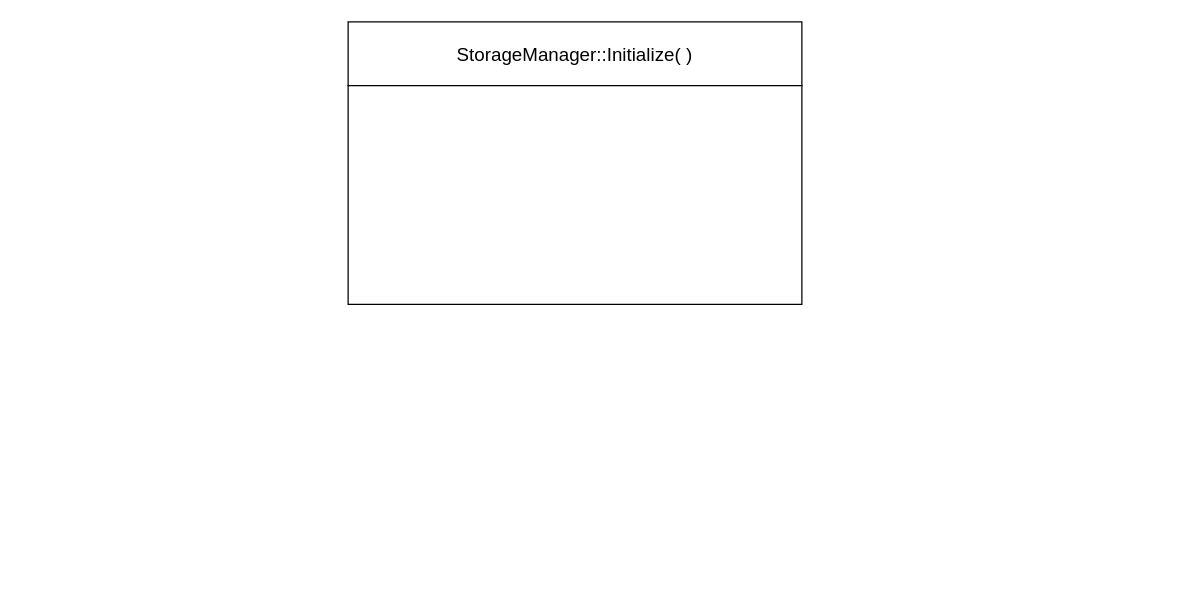
The draw.io diagram duckdb.drawio in Holworth/DrawIO, before the edit. Source tidied: cells renumbered, new cells numbered last; positions are measured from the earlier drawing's top-left corner, leaving out a move shared by most shapes. Both pictures are drawn from the tidied source at 125%, with x=0, y=0 at pixel (348, 21).
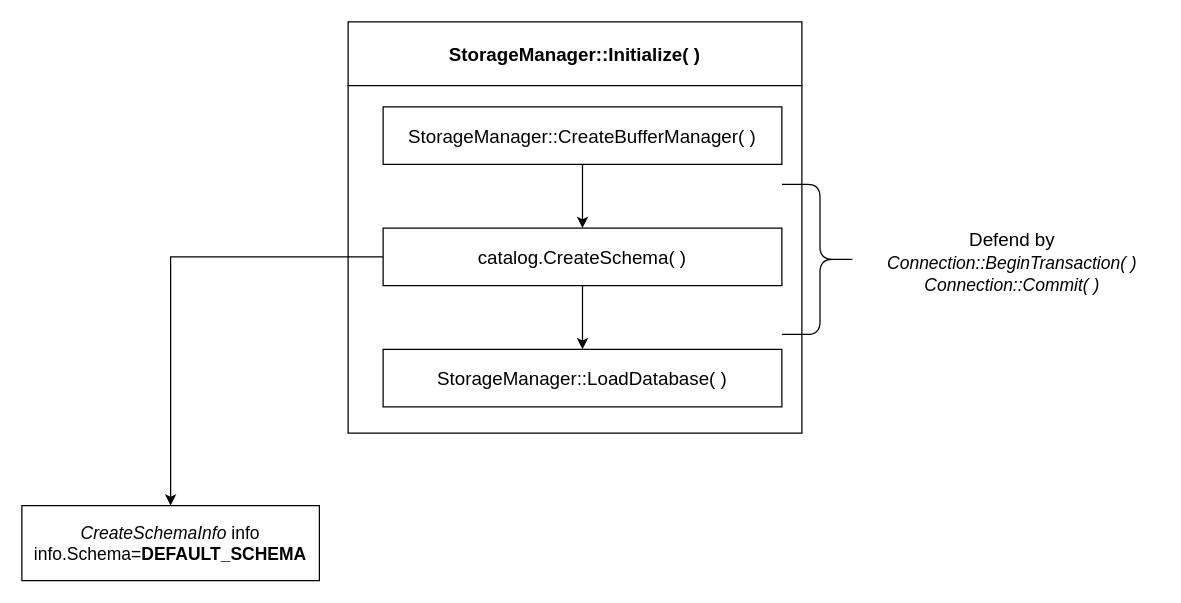
Above is the later version.

Diff of the diagram source:
```diff
@@
 <mxGraphModel>
   <root>
     <mxCell id="0" />
     <mxCell id="1" parent="0" />
-    <mxCell id="2" value="&lt;font style=&quot;font-size: 15px;&quot;&gt;StorageManager::Initialize( )&lt;/font&gt;" style="rounded=0;whiteSpace=wrap;html=1;" parent="1" vertex="1">
+    <mxCell id="2" value="&lt;font style=&quot;font-size: 15px;&quot;&gt;&lt;b&gt;StorageManager::Initialize( )&lt;/b&gt;&lt;/font&gt;" style="rounded=0;whiteSpace=wrap;html=1;" parent="1" vertex="1">
       <mxGeometry width="363" height="51" as="geometry" />
     </mxCell>
     <mxCell id="3" style="rounded=0;whiteSpace=wrap;html=1;fontSize=15;" parent="1" vertex="1">
-      <mxGeometry y="51" width="363" height="175" as="geometry" />
+      <mxGeometry y="51" width="363" height="278" as="geometry" />
     </mxCell>
+    <mxCell id="4" style="edgeStyle=orthogonalEdgeStyle;rounded=0;jettySize=auto;html=1;entryX=0.5;entryY=0;entryDx=0;entryDy=0;fontSize=15;" parent="1" edge="1" source="5" target="8">
+      <mxGeometry relative="1" as="geometry" />
+    </mxCell>
+    <mxCell id="5" value="StorageManager::CreateBufferManager( )" style="rounded=0;whiteSpace=wrap;html=1;fontSize=15;" parent="1" vertex="1">
+      <mxGeometry x="28" y="68" width="319" height="46" as="geometry" />
+    </mxCell>
+    <mxCell id="6" style="edgeStyle=orthogonalEdgeStyle;rounded=0;jettySize=auto;html=1;entryX=0.5;entryY=0;entryDx=0;entryDy=0;fontSize=15;" parent="1" edge="1" source="8" target="9">
+      <mxGeometry relative="1" as="geometry" />
+    </mxCell>
+    <mxCell id="7" style="edgeStyle=orthogonalEdgeStyle;rounded=0;jettySize=auto;html=1;fontSize=14;" parent="1" edge="1" source="8" target="12">
+      <mxGeometry relative="1" as="geometry" />
+    </mxCell>
+    <mxCell id="8" value="catalog.CreateSchema( )" style="rounded=0;whiteSpace=wrap;html=1;fontSize=15;" parent="1" vertex="1">
+      <mxGeometry x="28" y="165" width="319" height="46" as="geometry" />
+    </mxCell>
+    <mxCell id="9" value="StorageManager::LoadDatabase( )" style="rounded=0;whiteSpace=wrap;html=1;fontSize=15;" parent="1" vertex="1">
+      <mxGeometry x="28" y="262" width="319" height="46" as="geometry" />
+    </mxCell>
+    <mxCell id="10" style="shape=curlyBracket;whiteSpace=wrap;html=1;rounded=1;flipH=1;labelPosition=right;verticalLabelPosition=middle;align=left;verticalAlign=middle;fontSize=15;" parent="1" vertex="1">
+      <mxGeometry x="347" y="130" width="61" height="120" as="geometry" />
+    </mxCell>
+    <mxCell id="11" value="Defend by &lt;i&gt;&lt;font style=&quot;font-size: 14px;&quot;&gt;Connection::BeginTransaction( ) Connection::Commit( )&lt;/font&gt;&lt;/i&gt;" style="text;html=1;strokeColor=none;fillColor=none;align=center;verticalAlign=middle;whiteSpace=wrap;rounded=0;fontSize=15;" parent="1" vertex="1">
+      <mxGeometry x="414" y="177" width="235" height="30" as="geometry" />
+    </mxCell>
+    <mxCell id="12" value="&lt;i&gt;CreateSchemaInfo&lt;/i&gt; info&lt;br&gt;info.Schema=&lt;b&gt;DEFAULT_SCHEMA&lt;/b&gt;" style="rounded=0;whiteSpace=wrap;html=1;fontSize=14;" parent="1" vertex="1">
+      <mxGeometry x="-261" y="387" width="238" height="60" as="geometry" />
+    </mxCell>
   </root>
 </mxGraphModel>
```
